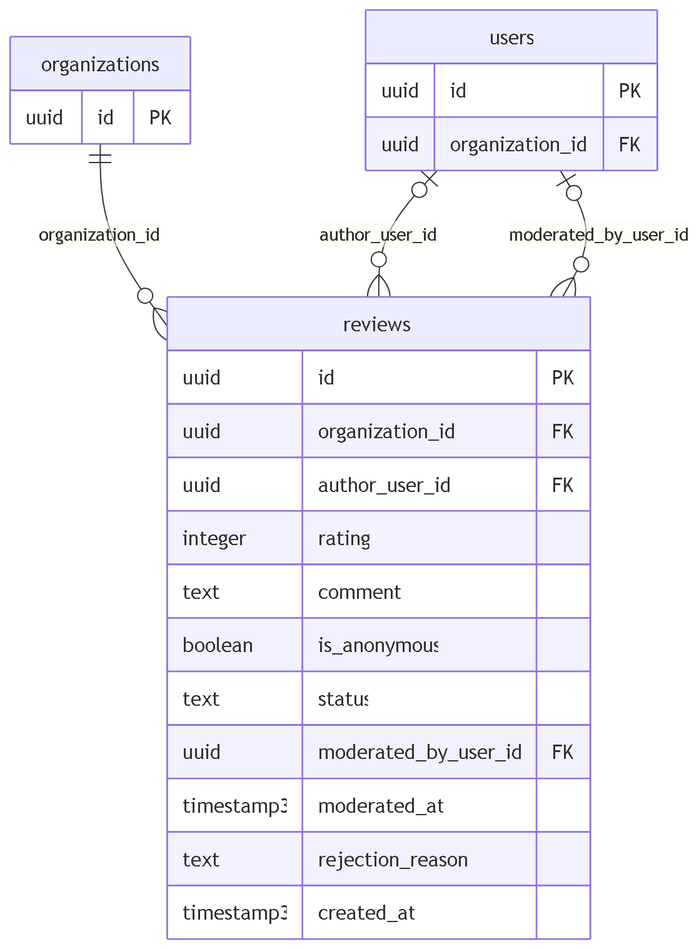
The Mermaid diagram docs/diccionario-datos/mer/mer-reputation.png in AGamez10/AdoptaFacil, before a commit. Its source is kept beside it as docs/diccionario-datos/mer/mer-reputation.mmd. Its diagram source:
```mermaid
erDiagram
  reviews {
    uuid id PK
    uuid organization_id FK
    uuid author_user_id FK
    integer rating
    text comment
    boolean is_anonymous
    text status
    uuid moderated_by_user_id FK
    timestamp3 moderated_at
    text rejection_reason
    timestamp3 created_at
  }
  organizations {
    uuid id PK
  }
  users {
    uuid id PK
    uuid organization_id FK
  }
  organizations ||--o{ reviews : "organization_id"
  users |o--o{ reviews : "author_user_id"
  users |o--o{ reviews : "moderated_by_user_id"
```
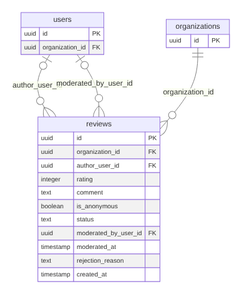
Later version of the same file.

The edit, as a diff of the source:
```diff
@@ -8,9 +8,9 @@
     boolean is_anonymous
     text status
     uuid moderated_by_user_id FK
-    timestamp3 moderated_at
+    timestamp moderated_at
     text rejection_reason
-    timestamp3 created_at
+    timestamp created_at
   }
   organizations {
     uuid id PK
@@ -19,6 +19,6 @@
     uuid id PK
     uuid organization_id FK
   }
-  organizations ||--o{ reviews : "organization_id"
   users |o--o{ reviews : "author_user_id"
   users |o--o{ reviews : "moderated_by_user_id"
+  organizations ||--o{ reviews : "organization_id"
```
